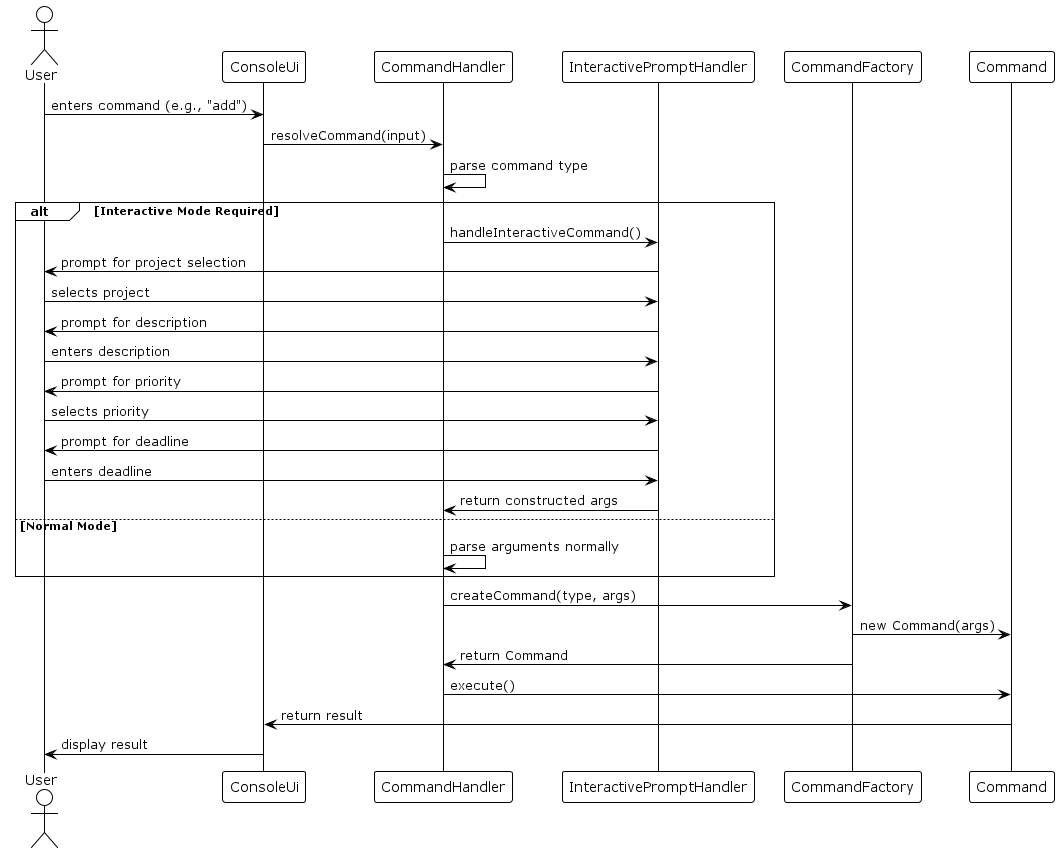
Above: docs/plantUML/command-processing-sequence/Command Processing Sequence Diagram.png in sean6369/tp (PlantUML), before the change.
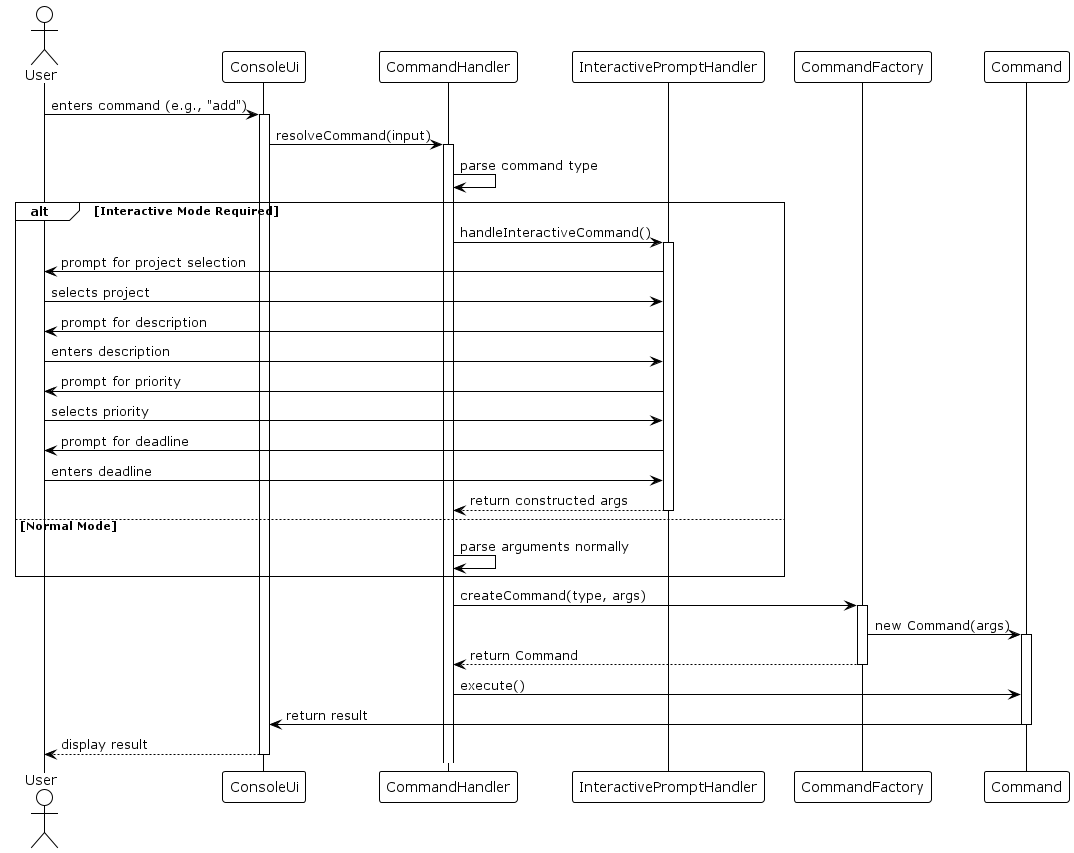
The same diagram one commit later.

Commit message:
Update all sequence diagrams to follow proper UML standards

Change to the diagram source:
```diff
@@ -11,11 +11,14 @@
 participant Command
 
 User -> ConsoleUi: enters command (e.g., "add")
+activate ConsoleUi
 ConsoleUi -> CommandHandler: resolveCommand(input)
+activate CommandHandler
 CommandHandler -> CommandHandler: parse command type
 
 alt Interactive Mode Required
     CommandHandler -> InteractivePromptHandler: handleInteractiveCommand()
+    activate InteractivePromptHandler
     InteractivePromptHandler -> User: prompt for project selection
     User -> InteractivePromptHandler: selects project
     InteractivePromptHandler -> User: prompt for description
@@ -24,16 +27,22 @@
     User -> InteractivePromptHandler: selects priority
     InteractivePromptHandler -> User: prompt for deadline
     User -> InteractivePromptHandler: enters deadline
-    InteractivePromptHandler -> CommandHandler: return constructed args
+    InteractivePromptHandler --> CommandHandler: return constructed args
+    deactivate InteractivePromptHandler
 else Normal Mode
     CommandHandler -> CommandHandler: parse arguments normally
 end
 
 CommandHandler -> CommandFactory: createCommand(type, args)
+activate CommandFactory
 CommandFactory -> Command: new Command(args)
-CommandFactory -> CommandHandler: return Command
+activate Command
+CommandFactory --> CommandHandler: return Command
+deactivate CommandFactory
 CommandHandler -> Command: execute()
 Command -> ConsoleUi: return result
-ConsoleUi -> User: display result
+deactivate Command
+ConsoleUi --> User: display result
+deactivate ConsoleUi
 
 @enduml
```
